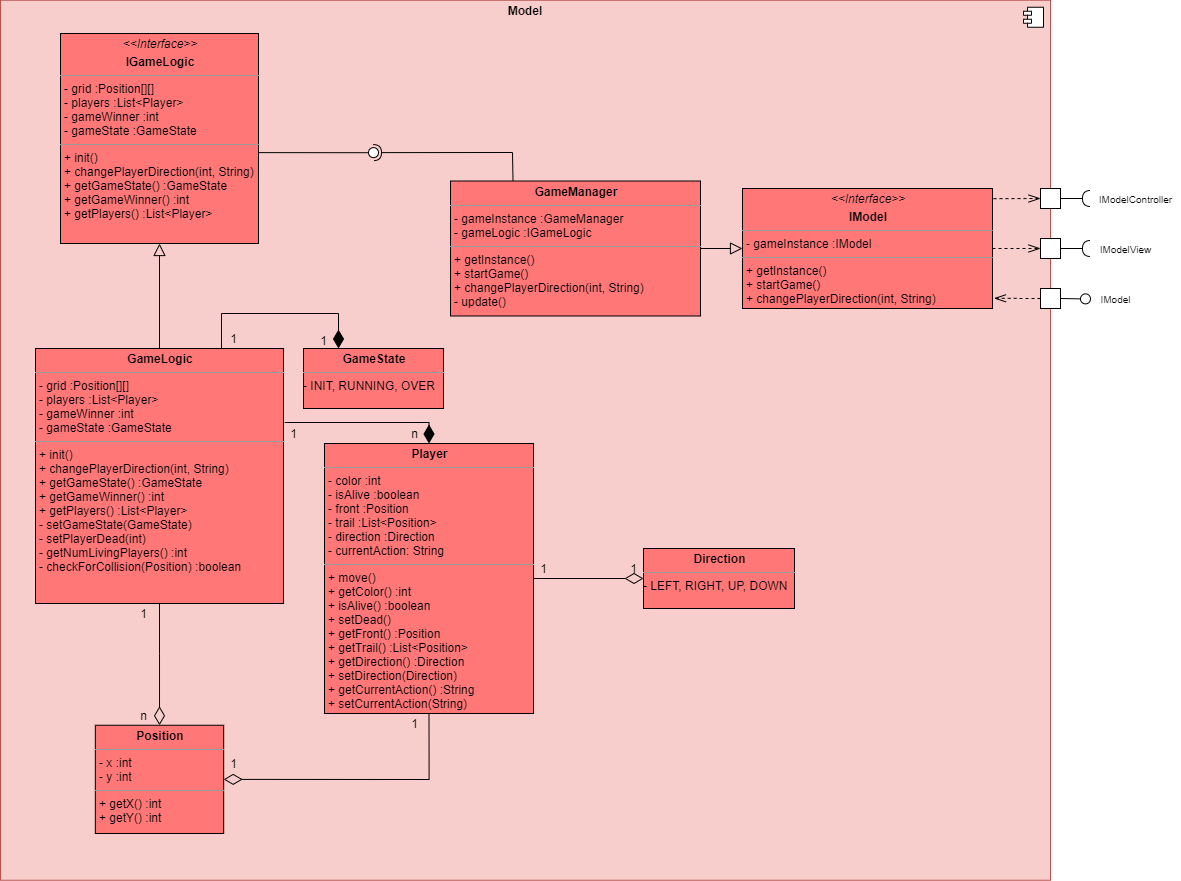
KjellooMelloo/gameoftrons keeps this draw.io diagram as Doku/images/Model_Ebene3_Refactor.png. Above is the earlier version. Source tidied: cells renumbered, new cells last; positions are measured from the earlier drawing's top-left corner, leaving out a move shared by most shapes.
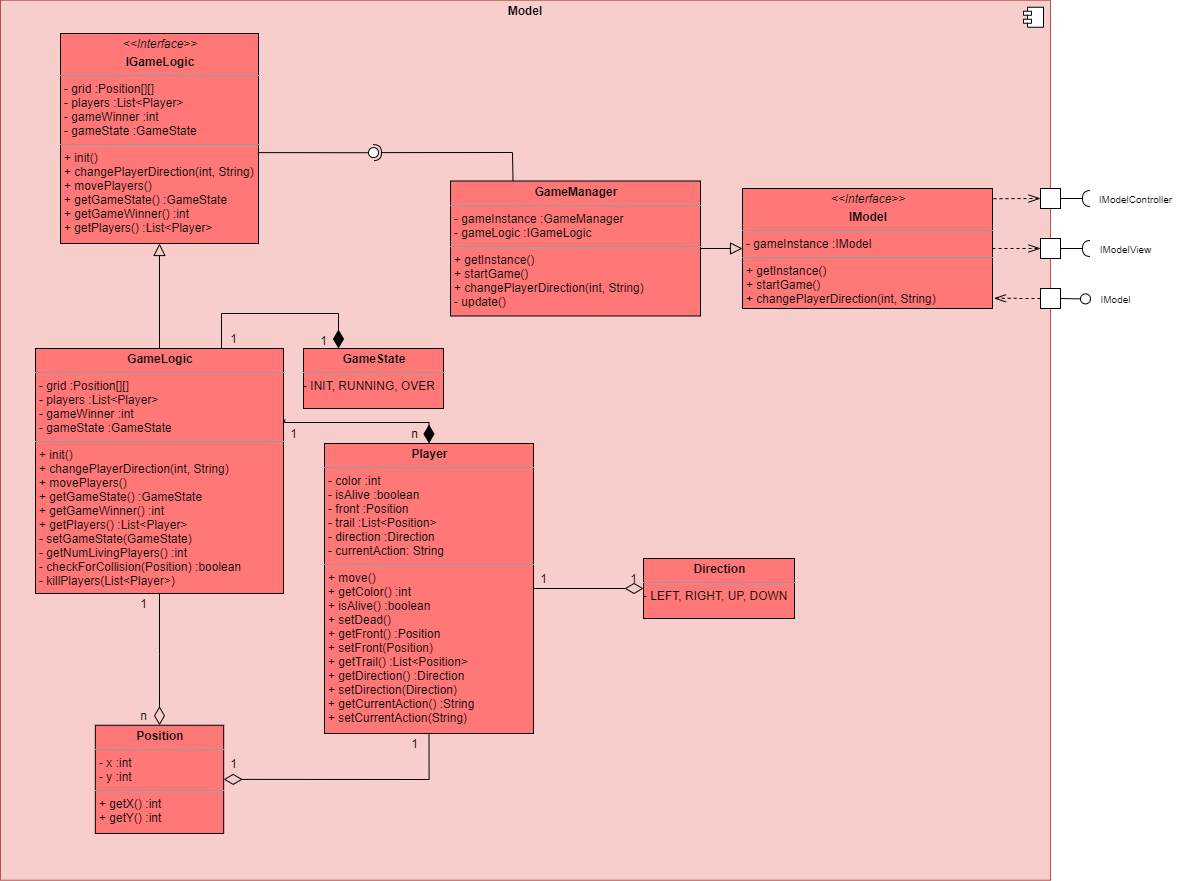
The same file after the commit.

Commit message:
little überarbeitungebene3 + lstr

Diff of the diagram source:
```diff
@@ -37,8 +37,8 @@
     <mxCell id="9" style="edgeStyle=orthogonalEdgeStyle;rounded=0;jettySize=auto;html=1;entryX=0.5;entryY=1;entryDx=0;entryDy=0;endArrow=block;endFill=0;endSize=10;" parent="1" edge="1" source="10" target="32">
       <mxGeometry relative="1" as="geometry" />
     </mxCell>
-    <mxCell id="10" value="&lt;p style=&quot;margin: 0px ; margin-top: 4px ; text-align: center&quot;&gt;&lt;b&gt;GameLogic&lt;/b&gt;&lt;/p&gt;&lt;hr size=&quot;1&quot;&gt;&lt;p style=&quot;margin: 0px ; margin-left: 4px&quot;&gt;- grid :Position[][]&lt;/p&gt;&lt;p style=&quot;margin: 0px ; margin-left: 4px&quot;&gt;- players :List&amp;lt;Player&amp;gt;&lt;/p&gt;&lt;p style=&quot;margin: 0px 0px 0px 4px&quot;&gt;&lt;span&gt;- gameWinner :int&lt;/span&gt;&lt;br&gt;&lt;/p&gt;&lt;p style=&quot;margin: 0px ; margin-left: 4px&quot;&gt;- gameState :GameState&lt;/p&gt;&lt;hr size=&quot;1&quot;&gt;&lt;p style=&quot;margin: 0px ; margin-left: 4px&quot;&gt;&lt;span&gt;+ init()&lt;/span&gt;&lt;/p&gt;&lt;p style=&quot;margin: 0px ; margin-left: 4px&quot;&gt;&lt;span&gt;+ changePlayerDirection(int, String)&lt;/span&gt;&lt;br&gt;&lt;/p&gt;&lt;p style=&quot;margin: 0px ; margin-left: 4px&quot;&gt;&lt;span&gt;+ getGameState() :GameState&lt;/span&gt;&lt;br&gt;&lt;/p&gt;&lt;p style=&quot;margin: 0px ; margin-left: 4px&quot;&gt;&lt;span&gt;+ getGameWinner() :int&lt;/span&gt;&lt;/p&gt;&lt;p style=&quot;margin: 0px ; margin-left: 4px&quot;&gt;+ getPlayers() :List&amp;lt;Player&amp;gt;&lt;/p&gt;&lt;p style=&quot;margin: 0px ; margin-left: 4px&quot;&gt;- setGameState(GameState)&lt;/p&gt;&lt;p style=&quot;margin: 0px 0px 0px 4px&quot;&gt;- setPlayerDead(int)&lt;/p&gt;&lt;p style=&quot;margin: 0px 0px 0px 4px&quot;&gt;- getNumLivingPlayers() :int&lt;/p&gt;&lt;p style=&quot;margin: 0px 0px 0px 4px&quot;&gt;- checkForCollision(Position) :boolean&lt;/p&gt;" style="verticalAlign=top;align=left;overflow=fill;fontSize=12;fontFamily=Helvetica;html=1;fillColor=#FF7777;strokeColor=#000000;" parent="1" vertex="1">
-      <mxGeometry x="35" y="348" width="248" height="255" as="geometry" />
+    <mxCell id="10" value="&lt;p style=&quot;margin: 0px ; margin-top: 4px ; text-align: center&quot;&gt;&lt;b&gt;GameLogic&lt;/b&gt;&lt;/p&gt;&lt;hr size=&quot;1&quot;&gt;&lt;p style=&quot;margin: 0px ; margin-left: 4px&quot;&gt;- grid :Position[][]&lt;/p&gt;&lt;p style=&quot;margin: 0px ; margin-left: 4px&quot;&gt;- players :List&amp;lt;Player&amp;gt;&lt;/p&gt;&lt;p style=&quot;margin: 0px 0px 0px 4px&quot;&gt;&lt;span&gt;- gameWinner :int&lt;/span&gt;&lt;br&gt;&lt;/p&gt;&lt;p style=&quot;margin: 0px ; margin-left: 4px&quot;&gt;- gameState :GameState&lt;/p&gt;&lt;hr size=&quot;1&quot;&gt;&lt;p style=&quot;margin: 0px ; margin-left: 4px&quot;&gt;&lt;span&gt;+ init()&lt;/span&gt;&lt;/p&gt;&lt;p style=&quot;margin: 0px ; margin-left: 4px&quot;&gt;&lt;span&gt;+ changePlayerDirection(int, String)&lt;/span&gt;&lt;br&gt;&lt;/p&gt;&lt;p style=&quot;margin: 0px ; margin-left: 4px&quot;&gt;&lt;span&gt;+ movePlayers()&lt;/span&gt;&lt;/p&gt;&lt;p style=&quot;margin: 0px ; margin-left: 4px&quot;&gt;&lt;span&gt;+ getGameState() :GameState&lt;/span&gt;&lt;br&gt;&lt;/p&gt;&lt;p style=&quot;margin: 0px ; margin-left: 4px&quot;&gt;&lt;span&gt;+ getGameWinner() :int&lt;/span&gt;&lt;/p&gt;&lt;p style=&quot;margin: 0px ; margin-left: 4px&quot;&gt;+ getPlayers() :List&amp;lt;Player&amp;gt;&lt;/p&gt;&lt;p style=&quot;margin: 0px ; margin-left: 4px&quot;&gt;- setGameState(GameState)&lt;/p&gt;&lt;p style=&quot;margin: 0px 0px 0px 4px&quot;&gt;- getNumLivingPlayers() :int&lt;/p&gt;&lt;p style=&quot;margin: 0px 0px 0px 4px&quot;&gt;- checkForCollision(Position) :boolean&lt;/p&gt;&lt;p style=&quot;margin: 0px 0px 0px 4px&quot;&gt;- killPlayers(List&amp;lt;Player&amp;gt;)&lt;/p&gt;" style="verticalAlign=top;align=left;overflow=fill;fontSize=12;fontFamily=Helvetica;html=1;fillColor=#FF7777;strokeColor=#000000;" parent="1" vertex="1">
+      <mxGeometry x="35" y="348" width="248" height="245" as="geometry" />
     </mxCell>
     <mxCell id="11" style="endArrow=diamondThin;endSize=16;endFill=1;shadow=0;strokeWidth=1;rounded=0;edgeStyle=elbowEdgeStyle;elbow=vertical;entryX=0.5;entryY=0;entryDx=0;entryDy=0;exitX=1.005;exitY=0.29;exitDx=0;exitDy=0;exitPerimeter=0;" parent="1" edge="1" source="10" target="13">
       <mxGeometry relative="1" as="geometry">
@@ -50,8 +50,8 @@
     <mxCell id="12" style="edgeStyle=orthogonalEdgeStyle;rounded=0;jettySize=auto;html=1;entryX=0;entryY=0.5;entryDx=0;entryDy=0;endArrow=diamondThin;endFill=0;endSize=16;" parent="1" edge="1" source="13" target="38">
       <mxGeometry relative="1" as="geometry" />
     </mxCell>
-    <mxCell id="13" value="&lt;p style=&quot;margin: 0px ; margin-top: 4px ; text-align: center&quot;&gt;&lt;b&gt;Player&lt;/b&gt;&lt;/p&gt;&lt;hr size=&quot;1&quot;&gt;&lt;p style=&quot;margin: 0px ; margin-left: 4px&quot;&gt;&lt;span&gt;- color :int&lt;/span&gt;&lt;/p&gt;&lt;p style=&quot;margin: 0px ; margin-left: 4px&quot;&gt;&lt;span&gt;- isAlive :boolean&lt;/span&gt;&lt;/p&gt;&lt;p style=&quot;margin: 0px ; margin-left: 4px&quot;&gt;- front :Position&lt;/p&gt;&lt;p style=&quot;margin: 0px ; margin-left: 4px&quot;&gt;- trail :List&amp;lt;Position&amp;gt;&lt;/p&gt;&lt;p style=&quot;margin: 0px ; margin-left: 4px&quot;&gt;- direction :Direction&lt;/p&gt;&lt;p style=&quot;margin: 0px ; margin-left: 4px&quot;&gt;- currentAction: String&lt;/p&gt;&lt;hr size=&quot;1&quot;&gt;&lt;p style=&quot;margin: 0px 0px 0px 4px&quot;&gt;+ move()&lt;/p&gt;&lt;p style=&quot;margin: 0px ; margin-left: 4px&quot;&gt;&lt;span&gt;+ getColor() :int&lt;/span&gt;&lt;br&gt;&lt;/p&gt;&lt;p style=&quot;margin: 0px ; margin-left: 4px&quot;&gt;&lt;span&gt;+ isAlive() :boolean&lt;/span&gt;&lt;/p&gt;&lt;p style=&quot;margin: 0px ; margin-left: 4px&quot;&gt;&lt;span&gt;+ setDead()&lt;/span&gt;&lt;/p&gt;&lt;p style=&quot;margin: 0px ; margin-left: 4px&quot;&gt;+ getFront() :Position&lt;/p&gt;&lt;p style=&quot;margin: 0px ; margin-left: 4px&quot;&gt;&lt;span&gt;+ getTrail() :List&amp;lt;Position&amp;gt;&lt;/span&gt;&lt;br&gt;&lt;/p&gt;&lt;p style=&quot;margin: 0px ; margin-left: 4px&quot;&gt;+ getDirection() :Direction&lt;/p&gt;&lt;p style=&quot;margin: 0px ; margin-left: 4px&quot;&gt;+ setDirection(Direction)&lt;/p&gt;&lt;p style=&quot;margin: 0px ; margin-left: 4px&quot;&gt;+ getCurrentAction() :String&lt;/p&gt;&lt;p style=&quot;margin: 0px ; margin-left: 4px&quot;&gt;+ setCurrentAction(String)&lt;/p&gt;" style="verticalAlign=top;align=left;overflow=fill;fontSize=12;fontFamily=Helvetica;html=1;fillColor=#FF7777;strokeColor=#000000;" parent="1" vertex="1">
-      <mxGeometry x="324" y="443" width="209" height="270" as="geometry" />
+    <mxCell id="13" value="&lt;p style=&quot;margin: 0px ; margin-top: 4px ; text-align: center&quot;&gt;&lt;b&gt;Player&lt;/b&gt;&lt;/p&gt;&lt;hr size=&quot;1&quot;&gt;&lt;p style=&quot;margin: 0px ; margin-left: 4px&quot;&gt;&lt;span&gt;- color :int&lt;/span&gt;&lt;/p&gt;&lt;p style=&quot;margin: 0px ; margin-left: 4px&quot;&gt;&lt;span&gt;- isAlive :boolean&lt;/span&gt;&lt;/p&gt;&lt;p style=&quot;margin: 0px ; margin-left: 4px&quot;&gt;- front :Position&lt;/p&gt;&lt;p style=&quot;margin: 0px ; margin-left: 4px&quot;&gt;- trail :List&amp;lt;Position&amp;gt;&lt;/p&gt;&lt;p style=&quot;margin: 0px ; margin-left: 4px&quot;&gt;- direction :Direction&lt;/p&gt;&lt;p style=&quot;margin: 0px ; margin-left: 4px&quot;&gt;- currentAction: String&lt;/p&gt;&lt;hr size=&quot;1&quot;&gt;&lt;p style=&quot;margin: 0px 0px 0px 4px&quot;&gt;+ move()&lt;/p&gt;&lt;p style=&quot;margin: 0px ; margin-left: 4px&quot;&gt;&lt;span&gt;+ getColor() :int&lt;/span&gt;&lt;br&gt;&lt;/p&gt;&lt;p style=&quot;margin: 0px ; margin-left: 4px&quot;&gt;&lt;span&gt;+ isAlive() :boolean&lt;/span&gt;&lt;/p&gt;&lt;p style=&quot;margin: 0px ; margin-left: 4px&quot;&gt;&lt;span&gt;+ setDead()&lt;/span&gt;&lt;/p&gt;&lt;p style=&quot;margin: 0px ; margin-left: 4px&quot;&gt;+ getFront() :Position&lt;/p&gt;&lt;p style=&quot;margin: 0px ; margin-left: 4px&quot;&gt;+ setFront(Position)&lt;/p&gt;&lt;p style=&quot;margin: 0px ; margin-left: 4px&quot;&gt;&lt;span&gt;+ getTrail() :List&amp;lt;Position&amp;gt;&lt;/span&gt;&lt;br&gt;&lt;/p&gt;&lt;p style=&quot;margin: 0px ; margin-left: 4px&quot;&gt;+ getDirection() :Direction&lt;/p&gt;&lt;p style=&quot;margin: 0px ; margin-left: 4px&quot;&gt;+ setDirection(Direction)&lt;/p&gt;&lt;p style=&quot;margin: 0px ; margin-left: 4px&quot;&gt;+ getCurrentAction() :String&lt;/p&gt;&lt;p style=&quot;margin: 0px ; margin-left: 4px&quot;&gt;+ setCurrentAction(String)&lt;/p&gt;" style="verticalAlign=top;align=left;overflow=fill;fontSize=12;fontFamily=Helvetica;html=1;fillColor=#FF7777;strokeColor=#000000;" parent="1" vertex="1">
+      <mxGeometry x="324" y="443" width="209" height="290" as="geometry" />
     </mxCell>
     <mxCell id="14" style="rounded=0;whiteSpace=wrap;html=1;" parent="1" vertex="1">
       <mxGeometry x="1040" y="188" width="20" height="20" as="geometry" />
@@ -81,7 +81,7 @@
       <mxGeometry x="133" y="704.8" width="20" height="20" as="geometry" />
     </mxCell>
     <mxCell id="23" value="1" style="text;html=1;align=center;verticalAlign=middle;" parent="1" vertex="1">
-      <mxGeometry x="133" y="603" width="20" height="20" as="geometry" />
+      <mxGeometry x="133" y="593" width="20" height="20" as="geometry" />
     </mxCell>
     <mxCell id="24" value="1" style="text;html=1;align=center;verticalAlign=middle;" parent="1" vertex="1">
       <mxGeometry x="283" y="423" width="20" height="20" as="geometry" />
@@ -93,7 +93,7 @@
       <mxGeometry x="223.2" y="753" width="20" height="20" as="geometry" />
     </mxCell>
     <mxCell id="27" value="1" style="text;html=1;align=center;verticalAlign=middle;" parent="1" vertex="1">
-      <mxGeometry x="404" y="713" width="20" height="20" as="geometry" />
+      <mxGeometry x="404" y="733" width="20" height="20" as="geometry" />
     </mxCell>
     <mxCell id="28" value="&lt;p style=&quot;margin: 0px ; margin-top: 4px ; text-align: center&quot;&gt;&lt;b&gt;GameState&lt;/b&gt;&lt;/p&gt;&lt;hr size=&quot;1&quot;&gt;&lt;div style=&quot;height: 2px&quot;&gt;- INIT, RUNNING, OVER&lt;/div&gt;" style="verticalAlign=top;align=left;overflow=fill;fontSize=12;fontFamily=Helvetica;html=1;fillColor=#FF7777;" parent="1" vertex="1">
       <mxGeometry x="303" y="348" width="140" height="60" as="geometry" />
@@ -111,7 +111,7 @@
     <mxCell id="31" value="1" style="text;html=1;align=center;verticalAlign=middle;" parent="1" vertex="1">
       <mxGeometry x="223" y="328" width="20" height="20" as="geometry" />
     </mxCell>
-    <mxCell id="32" value="&lt;p style=&quot;margin: 0px ; margin-top: 4px ; text-align: center&quot;&gt;&lt;i&gt;&amp;lt;&amp;lt;Interface&amp;gt;&amp;gt;&lt;/i&gt;&lt;/p&gt;&lt;p style=&quot;margin: 0px ; margin-top: 4px ; text-align: center&quot;&gt;&lt;b&gt;IGameLogic&lt;/b&gt;&lt;/p&gt;&lt;hr size=&quot;1&quot;&gt;&lt;p style=&quot;margin: 0px ; margin-left: 4px&quot;&gt;- grid :Position[][]&amp;nbsp;&lt;/p&gt;&lt;p style=&quot;margin: 0px ; margin-left: 4px&quot;&gt;&lt;span&gt;- players :List&amp;lt;Player&amp;gt;&lt;/span&gt;&lt;/p&gt;&lt;p style=&quot;margin: 0px ; margin-left: 4px&quot;&gt;&lt;span&gt;- gameWinner :int&lt;/span&gt;&lt;br&gt;&lt;/p&gt;&lt;p style=&quot;margin: 0px ; margin-left: 4px&quot;&gt;- gameState :GameState&lt;/p&gt;&lt;hr size=&quot;1&quot;&gt;&lt;p style=&quot;margin: 0px ; margin-left: 4px&quot;&gt;+ init()&lt;/p&gt;&lt;p style=&quot;margin: 0px ; margin-left: 4px&quot;&gt;+ changePlayerDirection(int, String)&lt;/p&gt;&lt;p style=&quot;margin: 0px ; margin-left: 4px&quot;&gt;&lt;span&gt;+ getGameState() :GameState&lt;/span&gt;&lt;br&gt;&lt;/p&gt;&lt;p style=&quot;margin: 0px ; margin-left: 4px&quot;&gt;&lt;span&gt;+ getGameWinner() :int&lt;/span&gt;&lt;/p&gt;&lt;p style=&quot;margin: 0px ; margin-left: 4px&quot;&gt;+ getPlayers() :List&amp;lt;Player&amp;gt;&lt;/p&gt;" style="verticalAlign=top;align=left;overflow=fill;fontSize=12;fontFamily=Helvetica;html=1;fillColor=#FF7777;strokeColor=#000000;" parent="1" vertex="1">
+    <mxCell id="32" value="&lt;p style=&quot;margin: 0px ; margin-top: 4px ; text-align: center&quot;&gt;&lt;i&gt;&amp;lt;&amp;lt;Interface&amp;gt;&amp;gt;&lt;/i&gt;&lt;/p&gt;&lt;p style=&quot;margin: 0px ; margin-top: 4px ; text-align: center&quot;&gt;&lt;b&gt;IGameLogic&lt;/b&gt;&lt;/p&gt;&lt;hr size=&quot;1&quot;&gt;&lt;p style=&quot;margin: 0px ; margin-left: 4px&quot;&gt;- grid :Position[][]&amp;nbsp;&lt;/p&gt;&lt;p style=&quot;margin: 0px ; margin-left: 4px&quot;&gt;&lt;span&gt;- players :List&amp;lt;Player&amp;gt;&lt;/span&gt;&lt;/p&gt;&lt;p style=&quot;margin: 0px ; margin-left: 4px&quot;&gt;&lt;span&gt;- gameWinner :int&lt;/span&gt;&lt;br&gt;&lt;/p&gt;&lt;p style=&quot;margin: 0px ; margin-left: 4px&quot;&gt;- gameState :GameState&lt;/p&gt;&lt;hr size=&quot;1&quot;&gt;&lt;p style=&quot;margin: 0px ; margin-left: 4px&quot;&gt;+ init()&lt;/p&gt;&lt;p style=&quot;margin: 0px ; margin-left: 4px&quot;&gt;+ changePlayerDirection(int, String)&lt;/p&gt;&lt;p style=&quot;margin: 0px ; margin-left: 4px&quot;&gt;&lt;span&gt;+ movePlayers()&lt;/span&gt;&lt;/p&gt;&lt;p style=&quot;margin: 0px ; margin-left: 4px&quot;&gt;&lt;span&gt;+ getGameState() :GameState&lt;/span&gt;&lt;br&gt;&lt;/p&gt;&lt;p style=&quot;margin: 0px ; margin-left: 4px&quot;&gt;&lt;span&gt;+ getGameWinner() :int&lt;/span&gt;&lt;/p&gt;&lt;p style=&quot;margin: 0px ; margin-left: 4px&quot;&gt;+ getPlayers() :List&amp;lt;Player&amp;gt;&lt;/p&gt;" style="verticalAlign=top;align=left;overflow=fill;fontSize=12;fontFamily=Helvetica;html=1;fillColor=#FF7777;strokeColor=#000000;" parent="1" vertex="1">
       <mxGeometry x="60" y="33" width="198" height="210" as="geometry" />
     </mxCell>
     <mxCell id="33" style="edgeStyle=orthogonalEdgeStyle;rounded=0;jettySize=auto;html=1;entryX=0;entryY=0.5;entryDx=0;entryDy=0;dashed=1;endArrow=openThin;endFill=0;endSize=10;exitX=1.004;exitY=0.085;exitDx=0;exitDy=0;exitPerimeter=0;" parent="1" edge="1" source="34" target="14">
@@ -140,13 +140,13 @@
       <mxGeometry x="368" y="147.1" width="10" height="10" as="geometry" />
     </mxCell>
     <mxCell id="38" value="&lt;p style=&quot;margin: 0px ; margin-top: 4px ; text-align: center&quot;&gt;&lt;b&gt;Direction&lt;/b&gt;&lt;/p&gt;&lt;hr size=&quot;1&quot;&gt;&lt;div style=&quot;height: 2px&quot;&gt;- LEFT, RIGHT, UP, DOWN&lt;/div&gt;" style="verticalAlign=top;align=left;overflow=fill;fontSize=12;fontFamily=Helvetica;html=1;fillColor=#FF7777;" parent="1" vertex="1">
-      <mxGeometry x="643" y="548" width="151" height="60" as="geometry" />
+      <mxGeometry x="643" y="558" width="151" height="60" as="geometry" />
     </mxCell>
     <mxCell id="39" value="1" style="text;html=1;align=center;verticalAlign=middle;" parent="1" vertex="1">
-      <mxGeometry x="533" y="558" width="20" height="20" as="geometry" />
+      <mxGeometry x="533" y="568" width="20" height="20" as="geometry" />
     </mxCell>
     <mxCell id="40" value="1" style="text;html=1;align=center;verticalAlign=middle;" parent="1" vertex="1">
-      <mxGeometry x="623" y="558" width="20" height="20" as="geometry" />
+      <mxGeometry x="623" y="568" width="20" height="20" as="geometry" />
     </mxCell>
     <mxCell id="41" style="rounded=0;whiteSpace=wrap;html=1;" parent="1" vertex="1">
       <mxGeometry x="1040" y="238" width="20" height="20" as="geometry" />
```
